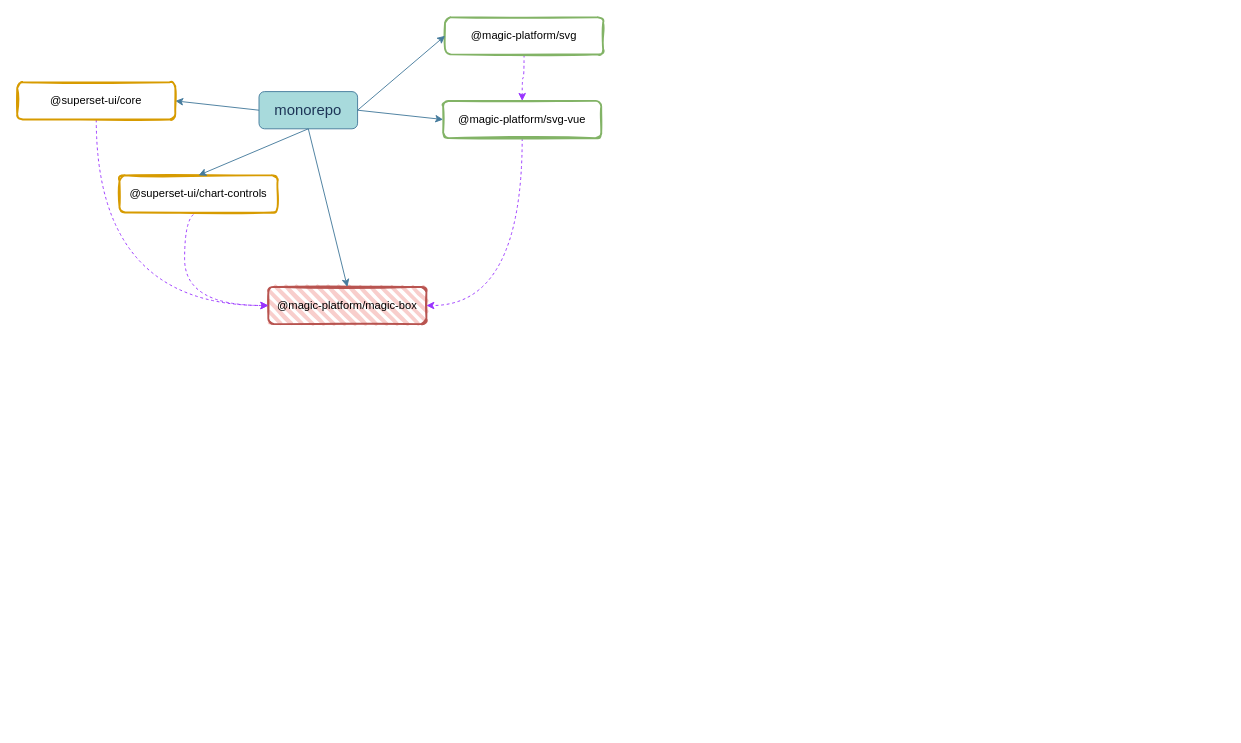
Before: 1127.drawio in qqstt/diagram, a draw.io diagram. Source tidied: cells renumbered, new cells numbered last; positions are measured from the earlier drawing's top-left corner, leaving out a move shared by most shapes. Both pictures are drawn from the tidied source at 93%, with x=0, y=0 at pixel (17, 17).
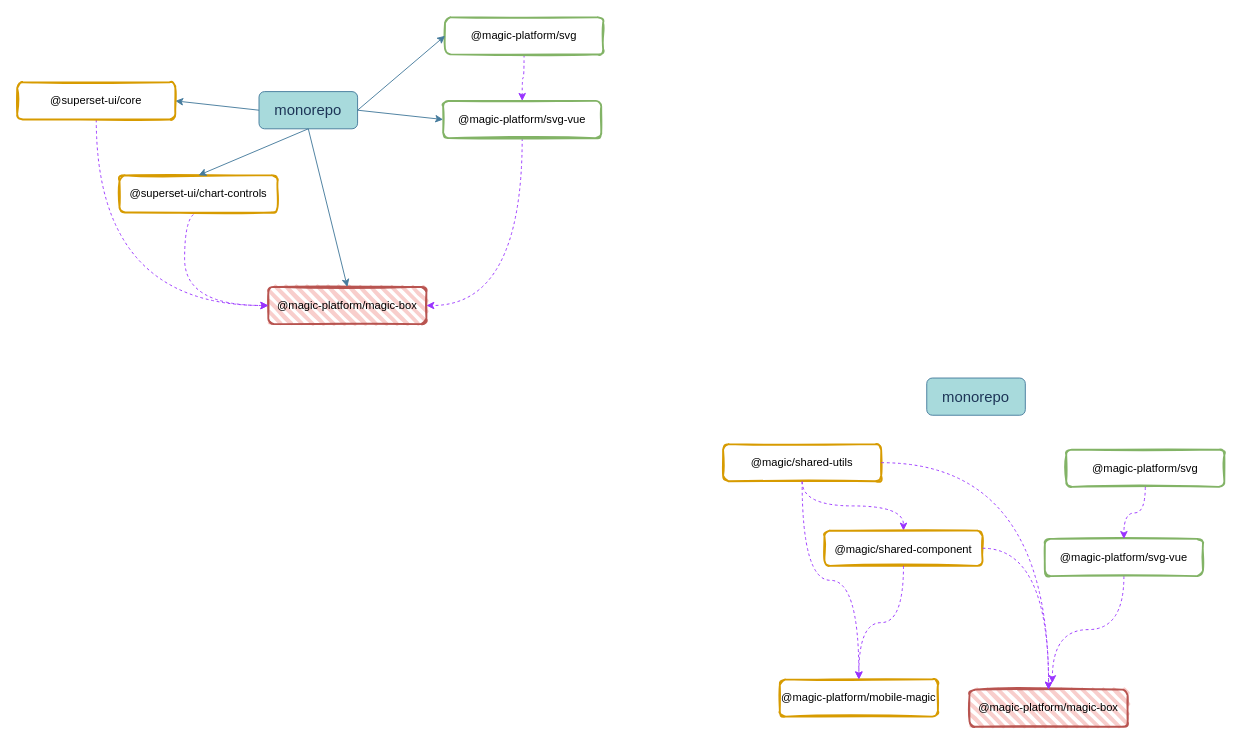
The same diagram, later.

The edit, as a diff of the source:
```diff
@@
+    <mxCell id="17" value="&lt;font style=&quot;font-size: 16px;&quot;&gt;monorepo&lt;/font&gt;" style="rounded=1;whiteSpace=wrap;html=1;fontSize=18;fillColor=#A8DADC;strokeColor=#457B9D;fontColor=#1D3557;" parent="1" vertex="1">
+      <mxGeometry x="978" y="388" width="106" height="40" as="geometry" />
+    </mxCell>
+    <mxCell id="18" value="&lt;div style=&quot;font-size: 12px;&quot;&gt;&lt;div class=&quot;ace-line ace-line old-record-id-JIQad8sEWowKi4xaQBFcA7dcnKf&quot; style=&quot;&quot;&gt;&lt;font style=&quot;font-size: 12px;&quot;&gt;@magic-platform/magic-box&lt;/font&gt;&lt;/div&gt;&lt;/div&gt;&lt;font style=&quot;font-size: 12px;&quot;&gt;&lt;span class=&quot;lark-record-clipboard&quot; data-lark-record-data=&quot;{&amp;quot;rootId&amp;quot;:&amp;quot;DxfHdrzcuoXOEqxZpcIcURhInae&amp;quot;,&amp;quot;text&amp;quot;:{&amp;quot;initialAttributedTexts&amp;quot;:{&amp;quot;text&amp;quot;:{&amp;quot;0&amp;quot;:&amp;quot;@magic-platform/magic-box&amp;quot;},&amp;quot;attribs&amp;quot;:{&amp;quot;0&amp;quot;:&amp;quot;*0+p&amp;quot;}},&amp;quot;apool&amp;quot;:{&amp;quot;numToAttrib&amp;quot;:{&amp;quot;0&amp;quot;:[&amp;quot;author&amp;quot;,&amp;quot;7068583431243890692&amp;quot;]},&amp;quot;nextNum&amp;quot;:1}},&amp;quot;type&amp;quot;:&amp;quot;text&amp;quot;,&amp;quot;referenceRecordMap&amp;quot;:{},&amp;quot;extra&amp;quot;:{&amp;quot;mention_page_title&amp;quot;:{},&amp;quot;external_mention_url&amp;quot;:{}},&amp;quot;isKeepQuoteContainer&amp;quot;:false,&amp;quot;isFromCode&amp;quot;:false,&amp;quot;selection&amp;quot;:[{&amp;quot;id&amp;quot;:23,&amp;quot;type&amp;quot;:&amp;quot;text&amp;quot;,&amp;quot;selection&amp;quot;:{&amp;quot;start&amp;quot;:0,&amp;quot;end&amp;quot;:25},&amp;quot;recordId&amp;quot;:&amp;quot;JIQad8sEWowKi4xaQBFcA7dcnKf&amp;quot;}],&amp;quot;isCut&amp;quot;:false}&quot;&gt;&lt;/span&gt;&lt;/font&gt;" style="rounded=1;whiteSpace=wrap;html=1;strokeWidth=2;fillWeight=4;hachureGap=8;hachureAngle=45;fillColor=#f8cecc;sketch=1;fontSize=18;strokeColor=#b85450;" parent="1" vertex="1">
+      <mxGeometry x="1024" y="723" width="170" height="40" as="geometry" />
+    </mxCell>
+    <mxCell id="19" value="&lt;div style=&quot;font-size: 12px;&quot;&gt;&lt;div class=&quot;ace-line ace-line old-record-id-JIQad8sEWowKi4xaQBFcA7dcnKf&quot; style=&quot;&quot;&gt;&lt;div class=&quot;ace-line ace-line old-record-id-JIQad8sEWowKi4xaQBFcA7dcnKf&quot;&gt;&lt;span style=&quot;background-color: transparent; color: light-dark(rgb(0, 0, 0), rgb(255, 255, 255));&quot;&gt;@magic-platform&lt;/span&gt;/mobile-magic&lt;/div&gt;&lt;/div&gt;&lt;/div&gt;" style="rounded=1;whiteSpace=wrap;html=1;strokeWidth=2;fillWeight=4;hachureGap=8;hachureAngle=45;fillColor=none;sketch=1;fontSize=18;strokeColor=#d79b00;" parent="1" vertex="1">
+      <mxGeometry x="820" y="712" width="170" height="40" as="geometry" />
+    </mxCell>
+    <mxCell id="20" style="edgeStyle=orthogonalEdgeStyle;curved=1;rounded=0;jettySize=auto;html=1;exitX=0.5;exitY=1;exitDx=0;exitDy=0;dashed=1;strokeColor=#9933FF;fontColor=#1D3557;fillColor=#A8DADC;" parent="1" edge="1" source="21" target="26">
+      <mxGeometry relative="1" as="geometry" />
+    </mxCell>
+    <mxCell id="21" value="&lt;div style=&quot;font-size: 12px;&quot;&gt;&lt;div class=&quot;ace-line ace-line old-record-id-JIQad8sEWowKi4xaQBFcA7dcnKf&quot; style=&quot;&quot;&gt;&lt;div class=&quot;ace-line ace-line old-record-id-JIQad8sEWowKi4xaQBFcA7dcnKf&quot;&gt;@magic/shared-utils&lt;/div&gt;&lt;/div&gt;&lt;/div&gt;" style="rounded=1;whiteSpace=wrap;html=1;strokeWidth=2;fillWeight=4;hachureGap=8;hachureAngle=45;fillColor=none;sketch=1;fontSize=18;strokeColor=#d79b00;" parent="1" vertex="1">
+      <mxGeometry x="759" y="459" width="170" height="40" as="geometry" />
+    </mxCell>
+    <mxCell id="22" style="edgeStyle=orthogonalEdgeStyle;curved=1;rounded=0;jettySize=auto;html=1;dashed=1;strokeColor=#9933FF;fontColor=#1D3557;fillColor=#A8DADC;exitX=0.5;exitY=1;exitDx=0;exitDy=0;" parent="1" edge="1" source="23">
+      <mxGeometry relative="1" as="geometry">
+        <mxPoint x="1113" y="716" as="targetPoint" />
+      </mxGeometry>
+    </mxCell>
+    <mxCell id="23" value="&lt;div style=&quot;font-size: 12px;&quot;&gt;&lt;div class=&quot;ace-line ace-line old-record-id-JIQad8sEWowKi4xaQBFcA7dcnKf&quot; style=&quot;&quot;&gt;&lt;div&gt;&lt;div class=&quot;old-record-id-JIUMdYc0Mokse0xesCvchkcxnsd&quot; style=&quot;&quot;&gt;@magic-platform/svg-vue  &lt;/div&gt;&lt;/div&gt;&lt;span class=&quot;lark-record-clipboard&quot; data-lark-record-data=&quot;{&amp;quot;rootId&amp;quot;:&amp;quot;DxfHdrzcuoXOEqxZpcIcURhInae&amp;quot;,&amp;quot;text&amp;quot;:{&amp;quot;initialAttributedTexts&amp;quot;:{&amp;quot;text&amp;quot;:{&amp;quot;0&amp;quot;:&amp;quot;@magic-platform/svg-vue  &amp;quot;},&amp;quot;attribs&amp;quot;:{&amp;quot;0&amp;quot;:&amp;quot;*0+p&amp;quot;}},&amp;quot;apool&amp;quot;:{&amp;quot;numToAttrib&amp;quot;:{&amp;quot;0&amp;quot;:[&amp;quot;author&amp;quot;,&amp;quot;7068583431243890692&amp;quot;]},&amp;quot;nextNum&amp;quot;:1}},&amp;quot;type&amp;quot;:&amp;quot;text&amp;quot;,&amp;quot;referenceRecordMap&amp;quot;:{},&amp;quot;extra&amp;quot;:{&amp;quot;mention_page_title&amp;quot;:{},&amp;quot;external_mention_url&amp;quot;:{}},&amp;quot;isKeepQuoteContainer&amp;quot;:false,&amp;quot;isFromCode&amp;quot;:false,&amp;quot;selection&amp;quot;:[{&amp;quot;id&amp;quot;:24,&amp;quot;type&amp;quot;:&amp;quot;text&amp;quot;,&amp;quot;selection&amp;quot;:{&amp;quot;start&amp;quot;:0,&amp;quot;end&amp;quot;:25},&amp;quot;recordId&amp;quot;:&amp;quot;JIUMdYc0Mokse0xesCvchkcxnsd&amp;quot;}],&amp;quot;isCut&amp;quot;:false}&quot;&gt;&lt;/span&gt;&lt;/div&gt;&lt;/div&gt;" style="rounded=1;whiteSpace=wrap;html=1;strokeWidth=2;fillWeight=4;hachureGap=8;hachureAngle=45;fillColor=none;sketch=1;fontSize=18;strokeColor=#82b366;" parent="1" vertex="1">
+      <mxGeometry x="1105" y="561" width="170" height="40" as="geometry" />
+    </mxCell>
+    <mxCell id="24" style="edgeStyle=orthogonalEdgeStyle;curved=1;rounded=0;jettySize=auto;html=1;exitX=0.5;exitY=1;exitDx=0;exitDy=0;entryX=0.5;entryY=0;entryDx=0;entryDy=0;dashed=1;strokeColor=#9933FF;fontColor=#1D3557;fillColor=#A8DADC;" parent="1" edge="1" source="25" target="23">
+      <mxGeometry relative="1" as="geometry" />
+    </mxCell>
+    <mxCell id="25" value="&lt;div style=&quot;font-size: 12px;&quot;&gt;&lt;div class=&quot;ace-line ace-line old-record-id-JIQad8sEWowKi4xaQBFcA7dcnKf&quot; style=&quot;&quot;&gt;&lt;div&gt;&lt;div class=&quot;old-record-id-JIUMdYc0Mokse0xesCvchkcxnsd&quot; style=&quot;&quot;&gt;@magic-platform/svg&lt;/div&gt;&lt;/div&gt;&lt;span class=&quot;lark-record-clipboard&quot; data-lark-record-data=&quot;{&amp;quot;rootId&amp;quot;:&amp;quot;DxfHdrzcuoXOEqxZpcIcURhInae&amp;quot;,&amp;quot;text&amp;quot;:{&amp;quot;initialAttributedTexts&amp;quot;:{&amp;quot;text&amp;quot;:{&amp;quot;0&amp;quot;:&amp;quot;@magic-platform/svg-vue  &amp;quot;},&amp;quot;attribs&amp;quot;:{&amp;quot;0&amp;quot;:&amp;quot;*0+p&amp;quot;}},&amp;quot;apool&amp;quot;:{&amp;quot;numToAttrib&amp;quot;:{&amp;quot;0&amp;quot;:[&amp;quot;author&amp;quot;,&amp;quot;7068583431243890692&amp;quot;]},&amp;quot;nextNum&amp;quot;:1}},&amp;quot;type&amp;quot;:&amp;quot;text&amp;quot;,&amp;quot;referenceRecordMap&amp;quot;:{},&amp;quot;extra&amp;quot;:{&amp;quot;mention_page_title&amp;quot;:{},&amp;quot;external_mention_url&amp;quot;:{}},&amp;quot;isKeepQuoteContainer&amp;quot;:false,&amp;quot;isFromCode&amp;quot;:false,&amp;quot;selection&amp;quot;:[{&amp;quot;id&amp;quot;:24,&amp;quot;type&amp;quot;:&amp;quot;text&amp;quot;,&amp;quot;selection&amp;quot;:{&amp;quot;start&amp;quot;:0,&amp;quot;end&amp;quot;:25},&amp;quot;recordId&amp;quot;:&amp;quot;JIUMdYc0Mokse0xesCvchkcxnsd&amp;quot;}],&amp;quot;isCut&amp;quot;:false}&quot;&gt;&lt;/span&gt;&lt;/div&gt;&lt;/div&gt;" style="rounded=1;whiteSpace=wrap;html=1;strokeWidth=2;fillWeight=4;hachureGap=8;hachureAngle=45;fillColor=none;sketch=1;fontSize=18;strokeColor=#82b366;" parent="1" vertex="1">
+      <mxGeometry x="1128" y="465" width="170" height="40" as="geometry" />
+    </mxCell>
+    <mxCell id="26" value="&lt;div style=&quot;&quot;&gt;&lt;div class=&quot;ace-line ace-line old-record-id-JIQad8sEWowKi4xaQBFcA7dcnKf&quot; style=&quot;&quot;&gt;&lt;div class=&quot;ace-line ace-line old-record-id-JIQad8sEWowKi4xaQBFcA7dcnKf&quot; style=&quot;&quot;&gt;&lt;span style=&quot;font-size: 12px;&quot;&gt;@magic/shared-component&lt;/span&gt;&lt;/div&gt;&lt;/div&gt;&lt;/div&gt;" style="rounded=1;whiteSpace=wrap;html=1;strokeWidth=2;fillWeight=4;hachureGap=8;hachureAngle=45;fillColor=none;sketch=1;fontSize=18;strokeColor=#d79b00;" parent="1" vertex="1">
+      <mxGeometry x="868" y="552" width="170" height="38" as="geometry" />
+    </mxCell>
+    <mxCell id="27" style="edgeStyle=orthogonalEdgeStyle;curved=1;rounded=0;jettySize=auto;html=1;dashed=1;strokeColor=#9933FF;fontColor=#1D3557;fillColor=#A8DADC;entryX=0.5;entryY=0;entryDx=0;entryDy=0;exitX=0.5;exitY=1;exitDx=0;exitDy=0;" parent="1" edge="1" source="26" target="19">
+      <mxGeometry relative="1" as="geometry" />
+    </mxCell>
+    <mxCell id="28" style="edgeStyle=orthogonalEdgeStyle;curved=1;rounded=0;jettySize=auto;html=1;dashed=1;strokeColor=#9933FF;fontColor=#1D3557;fillColor=#A8DADC;entryX=0.5;entryY=0;entryDx=0;entryDy=0;exitX=1;exitY=0.5;exitDx=0;exitDy=0;" parent="1" edge="1" source="21" target="18">
+      <mxGeometry relative="1" as="geometry" />
+    </mxCell>
+    <mxCell id="29" style="edgeStyle=orthogonalEdgeStyle;curved=1;rounded=0;jettySize=auto;html=1;dashed=1;strokeColor=#9933FF;fontColor=#1D3557;fillColor=#A8DADC;exitX=1;exitY=0.5;exitDx=0;exitDy=0;entryX=0.5;entryY=0;entryDx=0;entryDy=0;" parent="1" edge="1" source="26" target="18">
+      <mxGeometry relative="1" as="geometry" />
+    </mxCell>
+    <mxCell id="30" style="edgeStyle=orthogonalEdgeStyle;curved=1;rounded=0;jettySize=auto;html=1;exitX=0.5;exitY=1;exitDx=0;exitDy=0;dashed=1;strokeColor=#9933FF;fontColor=#1D3557;fillColor=#A8DADC;entryX=0.5;entryY=0;entryDx=0;entryDy=0;" parent="1" edge="1" source="21" target="19">
+      <mxGeometry relative="1" as="geometry" />
+    </mxCell>
```
